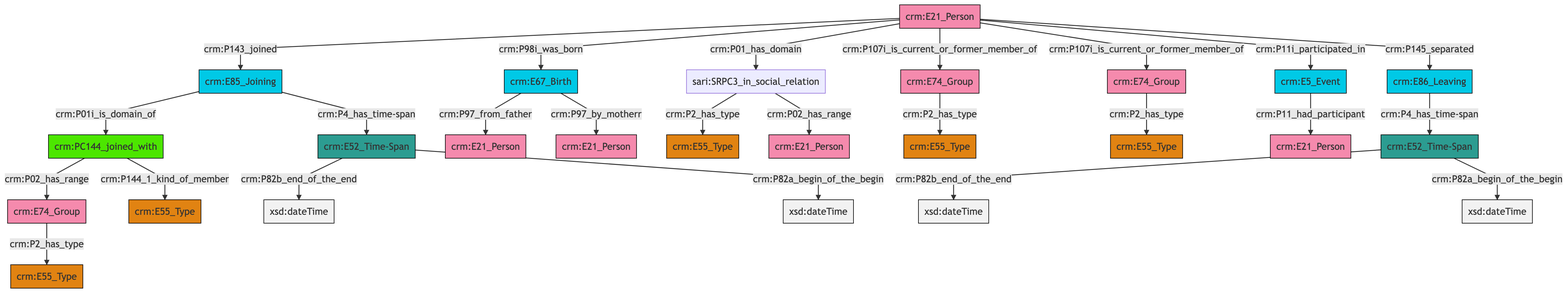
Above: et/personCSV/ttl/mmd/png/Person_Actor_Relations.png in ncarboni/srdm (Mermaid), before the change. Its source is kept beside it as et/personCSV/ttl/mmd/Person_Actor_Relations.ttl.mmd. The source it was exported from:
```mermaid
graph TD
classDef Literal fill:#f2f2f2,stroke:#000000;
classDef CRM_Entity fill:#FFFFFF,stroke:#000000;
classDef Temporal_Entity fill:#00C9E6, stroke:#000000;
classDef Type fill:#E18312, stroke:#000000;
classDef Time-Span fill:#2C9C91, stroke:#000000;
classDef Appellation fill:#FFEB7F, stroke:#000000;
classDef Place fill:#008836, stroke:#000000;
classDef Persistent_Item fill:#B266B2, stroke:#000000;
classDef Conceptual_Object fill:#FFD700, stroke:#000000;
classDef Physical_Thing fill:#D2B48C, stroke:#000000;
classDef Actor fill:#f58aad, stroke:#000000;
classDef PC_Classes fill:#4ce600, stroke:#000000;
classDef Multi fill:#cccccc,stroke:#000000;

0["crm:E5_Event"]:::Temporal_Entity -->|crm:P11_had_participant| 1["crm:E21_Person"]:::Actor
2["sari:SRPC3_in_social_relation"]:::Default -->|crm:P2_has_type| 4["crm:E55_Type"]:::Type
5["crm:E74_Group"]:::Actor -->|crm:P2_has_type| 6["crm:E55_Type"]:::Type
7["crm:E74_Group"]:::Actor -->|crm:P2_has_type| 8["crm:E55_Type"]:::Type
9["crm:E52_Time-Span"]:::Time-Span -->|crm:P82b_end_of_the_end| 10[xsd:dateTime]:::Literal
2["sari:SRPC3_in_social_relation"]:::Default -->|crm:P02_has_range| 11["crm:E21_Person"]:::Actor
12["crm:PC144_joined_with"]:::PC_Classes -->|crm:P02_has_range| 7["crm:E74_Group"]:::Actor
13["crm:E21_Person"]:::Actor -->|crm:P143_joined| 14["crm:E85_Joining"]:::Temporal_Entity
13["crm:E21_Person"]:::Actor -->|crm:P98i_was_born| 17["crm:E67_Birth"]:::Temporal_Entity
13["crm:E21_Person"]:::Actor -->|crm:P01_has_domain| 2["sari:SRPC3_in_social_relation"]:::Default
13["crm:E21_Person"]:::Actor -->|crm:P107i_is_current_or_former_member_of| 20["crm:E74_Group"]:::Actor
9["crm:E52_Time-Span"]:::Time-Span -->|crm:P82a_begin_of_the_begin| 26[xsd:dateTime]:::Literal
23["crm:E86_Leaving"]:::Temporal_Entity -->|crm:P4_has_time-span| 9["crm:E52_Time-Span"]:::Time-Span
12["crm:PC144_joined_with"]:::PC_Classes -->|crm:P144_1_kind_of_member| 15["crm:E55_Type"]:::Type
14["crm:E85_Joining"]:::Temporal_Entity -->|crm:P01i_is_domain_of| 12["crm:PC144_joined_with"]:::PC_Classes
14["crm:E85_Joining"]:::Temporal_Entity -->|crm:P4_has_time-span| 36["crm:E52_Time-Span"]:::Time-Span
20["crm:E74_Group"]:::Actor -->|crm:P2_has_type| 28["crm:E55_Type"]:::Type
17["crm:E67_Birth"]:::Temporal_Entity -->|crm:P97_from_father| 41["crm:E21_Person"]:::Actor
13["crm:E21_Person"]:::Actor -->|crm:P107i_is_current_or_former_member_of| 5["crm:E74_Group"]:::Actor
36["crm:E52_Time-Span"]:::Time-Span -->|crm:P82b_end_of_the_end| 42[xsd:dateTime]:::Literal
13["crm:E21_Person"]:::Actor -->|crm:P11i_participated_in| 0["crm:E5_Event"]:::Temporal_Entity
17["crm:E67_Birth"]:::Temporal_Entity -->|crm:P97_by_motherr| 21["crm:E21_Person"]:::Actor
36["crm:E52_Time-Span"]:::Time-Span -->|crm:P82a_begin_of_the_begin| 45[xsd:dateTime]:::Literal
13["crm:E21_Person"]:::Actor -->|crm:P145_separated| 23["crm:E86_Leaving"]:::Temporal_Entity
```
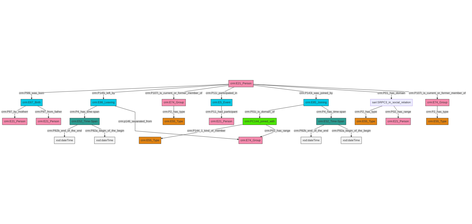
After the change.

The edit, as a diff of the source:
```diff
@@ -13,27 +13,27 @@
 classDef PC_Classes fill:#4ce600, stroke:#000000;
 classDef Multi fill:#cccccc,stroke:#000000;
 
-0["crm:E5_Event"]:::Temporal_Entity -->|crm:P11_had_participant| 1["crm:E21_Person"]:::Actor
-2["sari:SRPC3_in_social_relation"]:::Default -->|crm:P2_has_type| 4["crm:E55_Type"]:::Type
+0["crm:E67_Birth"]:::Temporal_Entity -->|crm:P97_by_motherr| 1["crm:E21_Person"]:::Actor
+4["crm:E21_Person"]:::Actor -->|crm:P98i_was_born| 0["crm:E67_Birth"]:::Temporal_Entity
 5["crm:E74_Group"]:::Actor -->|crm:P2_has_type| 6["crm:E55_Type"]:::Type
-7["crm:E74_Group"]:::Actor -->|crm:P2_has_type| 8["crm:E55_Type"]:::Type
-9["crm:E52_Time-Span"]:::Time-Span -->|crm:P82b_end_of_the_end| 10[xsd:dateTime]:::Literal
-2["sari:SRPC3_in_social_relation"]:::Default -->|crm:P02_has_range| 11["crm:E21_Person"]:::Actor
-12["crm:PC144_joined_with"]:::PC_Classes -->|crm:P02_has_range| 7["crm:E74_Group"]:::Actor
-13["crm:E21_Person"]:::Actor -->|crm:P143_joined| 14["crm:E85_Joining"]:::Temporal_Entity
-13["crm:E21_Person"]:::Actor -->|crm:P98i_was_born| 17["crm:E67_Birth"]:::Temporal_Entity
-13["crm:E21_Person"]:::Actor -->|crm:P01_has_domain| 2["sari:SRPC3_in_social_relation"]:::Default
-13["crm:E21_Person"]:::Actor -->|crm:P107i_is_current_or_former_member_of| 20["crm:E74_Group"]:::Actor
-9["crm:E52_Time-Span"]:::Time-Span -->|crm:P82a_begin_of_the_begin| 26[xsd:dateTime]:::Literal
-23["crm:E86_Leaving"]:::Temporal_Entity -->|crm:P4_has_time-span| 9["crm:E52_Time-Span"]:::Time-Span
-12["crm:PC144_joined_with"]:::PC_Classes -->|crm:P144_1_kind_of_member| 15["crm:E55_Type"]:::Type
-14["crm:E85_Joining"]:::Temporal_Entity -->|crm:P01i_is_domain_of| 12["crm:PC144_joined_with"]:::PC_Classes
-14["crm:E85_Joining"]:::Temporal_Entity -->|crm:P4_has_time-span| 36["crm:E52_Time-Span"]:::Time-Span
-20["crm:E74_Group"]:::Actor -->|crm:P2_has_type| 28["crm:E55_Type"]:::Type
-17["crm:E67_Birth"]:::Temporal_Entity -->|crm:P97_from_father| 41["crm:E21_Person"]:::Actor
-13["crm:E21_Person"]:::Actor -->|crm:P107i_is_current_or_former_member_of| 5["crm:E74_Group"]:::Actor
-36["crm:E52_Time-Span"]:::Time-Span -->|crm:P82b_end_of_the_end| 42[xsd:dateTime]:::Literal
-13["crm:E21_Person"]:::Actor -->|crm:P11i_participated_in| 0["crm:E5_Event"]:::Temporal_Entity
-17["crm:E67_Birth"]:::Temporal_Entity -->|crm:P97_by_motherr| 21["crm:E21_Person"]:::Actor
-36["crm:E52_Time-Span"]:::Time-Span -->|crm:P82a_begin_of_the_begin| 45[xsd:dateTime]:::Literal
-13["crm:E21_Person"]:::Actor -->|crm:P145_separated| 23["crm:E86_Leaving"]:::Temporal_Entity
+0["crm:E67_Birth"]:::Temporal_Entity -->|crm:P97_from_father| 11["crm:E21_Person"]:::Actor
+12["crm:E52_Time-Span"]:::Time-Span -->|crm:P82b_end_of_the_end| 13[xsd:dateTime]:::Literal
+14["crm:E52_Time-Span"]:::Time-Span -->|crm:P82b_end_of_the_end| 15[xsd:dateTime]:::Literal
+16["crm:E86_Leaving"]:::Temporal_Entity -->|crm:P4_has_time-span| 14["crm:E52_Time-Span"]:::Time-Span
+17["crm:PC144_joined_with"]:::PC_Classes -->|crm:P144_1_kind_of_member| 9["crm:E55_Type"]:::Type
+18["crm:E85_Joining"]:::Temporal_Entity -->|crm:P01i_is_domain_of| 17["crm:PC144_joined_with"]:::PC_Classes
+16["crm:E86_Leaving"]:::Temporal_Entity -->|crm:p146_separated_from| 21["crm:E74_Group"]:::Actor
+17["crm:PC144_joined_with"]:::PC_Classes -->|crm:P02_has_range| 21["crm:E74_Group"]:::Actor
+23["crm:E5_Event"]:::Temporal_Entity -->|crm:P11_had_participant| 19["crm:E21_Person"]:::Actor
+12["crm:E52_Time-Span"]:::Time-Span -->|crm:P82a_begin_of_the_begin| 29[xsd:dateTime]:::Literal
+14["crm:E52_Time-Span"]:::Time-Span -->|crm:P82a_begin_of_the_begin| 30[xsd:dateTime]:::Literal
+4["crm:E21_Person"]:::Actor -->|crm:P145i_left_by| 16["crm:E86_Leaving"]:::Temporal_Entity
+4["crm:E21_Person"]:::Actor -->|crm:P107i_is_current_or_former_member_of| 5["crm:E74_Group"]:::Actor
+4["crm:E21_Person"]:::Actor -->|crm:P11i_participated_in| 23["crm:E5_Event"]:::Temporal_Entity
+4["crm:E21_Person"]:::Actor -->|crm:P143i_was_joined_by| 18["crm:E85_Joining"]:::Temporal_Entity
+36["sari:SRPC3_in_social_relation"]:::Default -->|crm:P2_has_type| 37["crm:E55_Type"]:::Type
+36["sari:SRPC3_in_social_relation"]:::Default -->|crm:P02_has_range| 7["crm:E21_Person"]:::Actor
+2["crm:E74_Group"]:::Actor -->|crm:P2_has_type| 27["crm:E55_Type"]:::Type
+4["crm:E21_Person"]:::Actor -->|crm:P01_has_domain| 36["sari:SRPC3_in_social_relation"]:::Default
+18["crm:E85_Joining"]:::Temporal_Entity -->|crm:P4_has_time-span| 12["crm:E52_Time-Span"]:::Time-Span
+4["crm:E21_Person"]:::Actor -->|crm:P107i_is_current_or_former_member_of| 2["crm:E74_Group"]:::Actor
```
